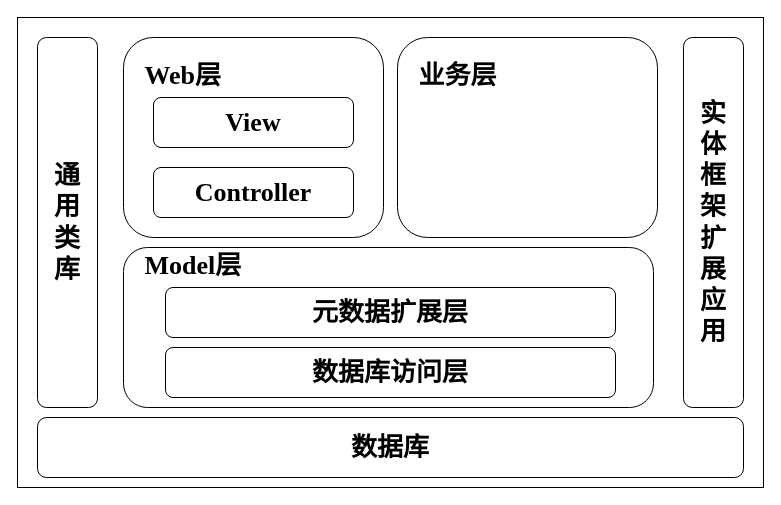
Above: 陶陶框架1.drawio in dongtianshuo/dongtianshuo1 (draw.io), before the change. Source tidied: cells renumbered, new cells numbered last; positions are measured from the earlier drawing's top-left corner, leaving out a move shared by most shapes. Both pictures are drawn from the tidied source at 100%, with x=0, y=0 at pixel (17, 17).
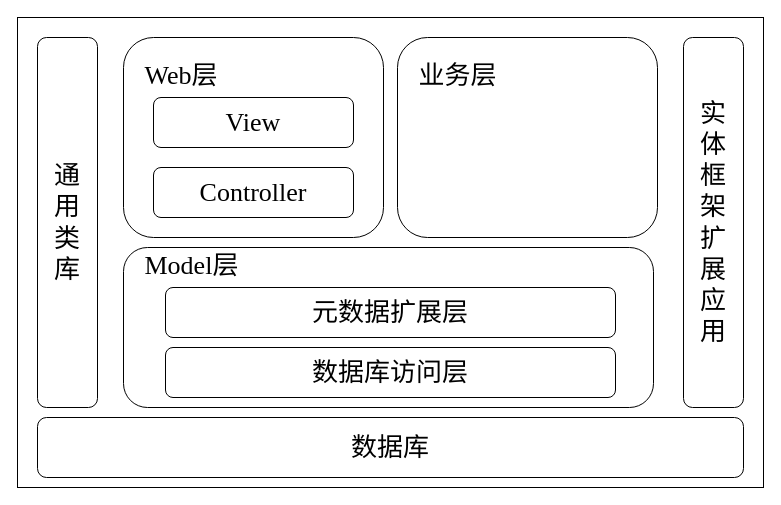
Above is the later version.

Commit message:
更新陶陶框架1.drawio

The edit, as a diff of the source:
```diff
@@
 <mxGraphModel>
   <root>
     <mxCell id="0" />
     <mxCell id="1" parent="0" />
     <mxCell id="2" style="rounded=0;whiteSpace=wrap;html=1;" parent="1" vertex="1">
       <mxGeometry width="746" height="470" as="geometry" />
     </mxCell>
-    <mxCell id="3" value="&lt;font style=&quot;font-size: 26px;&quot; face=&quot;Times New Roman&quot;&gt;&lt;b style=&quot;&quot;&gt;通&lt;/b&gt;&lt;/font&gt;&lt;div&gt;&lt;font style=&quot;font-size: 26px;&quot; face=&quot;Times New Roman&quot;&gt;&lt;b&gt;用&lt;/b&gt;&lt;/font&gt;&lt;/div&gt;&lt;div&gt;&lt;font style=&quot;font-size: 26px;&quot; face=&quot;Times New Roman&quot;&gt;&lt;b&gt;类&lt;/b&gt;&lt;/font&gt;&lt;/div&gt;&lt;div&gt;&lt;font style=&quot;font-size: 26px;&quot; face=&quot;Times New Roman&quot;&gt;&lt;b style=&quot;&quot;&gt;库&lt;/b&gt;&lt;/font&gt;&lt;/div&gt;" style="rounded=1;whiteSpace=wrap;html=1;align=center;" parent="1" vertex="1">
+    <mxCell id="3" value="&lt;font style=&quot;font-size: 26px;&quot; face=&quot;Times New Roman&quot;&gt;通&lt;/font&gt;&lt;div&gt;&lt;font style=&quot;font-size: 26px;&quot; face=&quot;Times New Roman&quot;&gt;用&lt;/font&gt;&lt;/div&gt;&lt;div&gt;&lt;font style=&quot;font-size: 26px;&quot; face=&quot;Times New Roman&quot;&gt;类&lt;/font&gt;&lt;/div&gt;&lt;div&gt;&lt;font style=&quot;font-size: 26px;&quot; face=&quot;Times New Roman&quot;&gt;库&lt;/font&gt;&lt;/div&gt;" style="rounded=1;whiteSpace=wrap;html=1;align=center;" parent="1" vertex="1">
       <mxGeometry x="20" y="20" width="60" height="370" as="geometry" />
     </mxCell>
-    <mxCell id="4" value="&lt;span style=&quot;background-color: transparent; color: light-dark(rgb(0, 0, 0), rgb(255, 255, 255)); font-family: &amp;quot;Times New Roman&amp;quot;; font-size: 26px;&quot;&gt;&lt;b&gt;&amp;nbsp; &amp;nbsp;Web层&lt;/b&gt;&lt;/span&gt;&lt;div&gt;&lt;div&gt;&lt;font style=&quot;font-size: 26px;&quot; face=&quot;Times New Roman&quot;&gt;&lt;b&gt;&lt;br&gt;&lt;/b&gt;&lt;/font&gt;&lt;/div&gt;&lt;div&gt;&lt;font style=&quot;font-size: 26px;&quot; face=&quot;Times New Roman&quot;&gt;&lt;b&gt;&lt;br&gt;&lt;/b&gt;&lt;/font&gt;&lt;/div&gt;&lt;div&gt;&lt;font style=&quot;font-size: 26px;&quot; face=&quot;Times New Roman&quot;&gt;&lt;b&gt;&lt;br&gt;&lt;/b&gt;&lt;/font&gt;&lt;/div&gt;&lt;div&gt;&lt;font style=&quot;font-size: 26px;&quot; face=&quot;Times New Roman&quot;&gt;&lt;br&gt;&lt;/font&gt;&lt;/div&gt;&lt;/div&gt;" style="rounded=1;whiteSpace=wrap;html=1;align=left;" parent="1" vertex="1">
+    <mxCell id="4" value="&lt;span style=&quot;background-color: transparent; color: light-dark(rgb(0, 0, 0), rgb(255, 255, 255)); font-family: &amp;quot;Times New Roman&amp;quot;; font-size: 26px;&quot;&gt;&amp;nbsp; &amp;nbsp;Web层&lt;/span&gt;&lt;div&gt;&lt;div&gt;&lt;font style=&quot;font-size: 26px;&quot; face=&quot;Times New Roman&quot;&gt;&lt;br&gt;&lt;/font&gt;&lt;/div&gt;&lt;div&gt;&lt;font style=&quot;font-size: 26px;&quot; face=&quot;Times New Roman&quot;&gt;&lt;br&gt;&lt;/font&gt;&lt;/div&gt;&lt;div&gt;&lt;font style=&quot;font-size: 26px;&quot; face=&quot;Times New Roman&quot;&gt;&lt;br&gt;&lt;/font&gt;&lt;/div&gt;&lt;div&gt;&lt;font style=&quot;font-size: 26px;&quot; face=&quot;Times New Roman&quot;&gt;&lt;br&gt;&lt;/font&gt;&lt;/div&gt;&lt;/div&gt;" style="rounded=1;whiteSpace=wrap;html=1;align=left;" parent="1" vertex="1">
       <mxGeometry x="106" y="20" width="260" height="200" as="geometry" />
     </mxCell>
-    <mxCell id="5" value="&lt;font style=&quot;font-size: 26px;&quot; face=&quot;Times New Roman&quot;&gt;&lt;b&gt;View&lt;/b&gt;&lt;/font&gt;" style="rounded=1;whiteSpace=wrap;html=1;" parent="1" vertex="1">
+    <mxCell id="5" value="&lt;font style=&quot;font-size: 26px;&quot; face=&quot;Times New Roman&quot;&gt;View&lt;/font&gt;" style="rounded=1;whiteSpace=wrap;html=1;" parent="1" vertex="1">
       <mxGeometry x="136" y="80" width="200" height="50" as="geometry" />
     </mxCell>
-    <mxCell id="6" value="&lt;font style=&quot;font-size: 26px;&quot; face=&quot;Times New Roman&quot;&gt;&lt;b&gt;Controller&lt;/b&gt;&lt;/font&gt;" style="rounded=1;whiteSpace=wrap;html=1;" parent="1" vertex="1">
+    <mxCell id="6" value="&lt;font style=&quot;font-size: 26px;&quot; face=&quot;Times New Roman&quot;&gt;Controller&lt;/font&gt;" style="rounded=1;whiteSpace=wrap;html=1;" parent="1" vertex="1">
       <mxGeometry x="136" y="150" width="200" height="50" as="geometry" />
     </mxCell>
-    <mxCell id="7" value="&lt;span style=&quot;background-color: transparent; color: light-dark(rgb(0, 0, 0), rgb(255, 255, 255)); font-family: &amp;quot;Times New Roman&amp;quot;; font-size: 26px;&quot;&gt;&lt;b&gt;&amp;nbsp; &amp;nbsp;业务层&lt;/b&gt;&lt;/span&gt;&lt;div&gt;&lt;div&gt;&lt;font style=&quot;font-size: 26px;&quot; face=&quot;Times New Roman&quot;&gt;&lt;b&gt;&lt;br&gt;&lt;/b&gt;&lt;/font&gt;&lt;/div&gt;&lt;div&gt;&lt;font style=&quot;font-size: 26px;&quot; face=&quot;Times New Roman&quot;&gt;&lt;b&gt;&lt;br&gt;&lt;/b&gt;&lt;/font&gt;&lt;/div&gt;&lt;div&gt;&lt;font style=&quot;font-size: 26px;&quot; face=&quot;Times New Roman&quot;&gt;&lt;b&gt;&lt;br&gt;&lt;/b&gt;&lt;/font&gt;&lt;/div&gt;&lt;div&gt;&lt;font style=&quot;font-size: 26px;&quot; face=&quot;Times New Roman&quot;&gt;&lt;br&gt;&lt;/font&gt;&lt;/div&gt;&lt;/div&gt;" style="rounded=1;whiteSpace=wrap;html=1;align=left;" parent="1" vertex="1">
+    <mxCell id="7" value="&lt;span style=&quot;background-color: transparent; color: light-dark(rgb(0, 0, 0), rgb(255, 255, 255)); font-family: &amp;quot;Times New Roman&amp;quot;; font-size: 26px;&quot;&gt;&amp;nbsp; &amp;nbsp;业务层&lt;/span&gt;&lt;div&gt;&lt;div&gt;&lt;font style=&quot;font-size: 26px;&quot; face=&quot;Times New Roman&quot;&gt;&lt;br&gt;&lt;/font&gt;&lt;/div&gt;&lt;div&gt;&lt;font style=&quot;font-size: 26px;&quot; face=&quot;Times New Roman&quot;&gt;&lt;br&gt;&lt;/font&gt;&lt;/div&gt;&lt;div&gt;&lt;font style=&quot;font-size: 26px;&quot; face=&quot;Times New Roman&quot;&gt;&lt;br&gt;&lt;/font&gt;&lt;/div&gt;&lt;div&gt;&lt;font style=&quot;font-size: 26px;&quot; face=&quot;Times New Roman&quot;&gt;&lt;br&gt;&lt;/font&gt;&lt;/div&gt;&lt;/div&gt;" style="rounded=1;whiteSpace=wrap;html=1;align=left;" parent="1" vertex="1">
       <mxGeometry x="380" y="20" width="260" height="200" as="geometry" />
     </mxCell>
-    <mxCell id="8" value="&lt;font face=&quot;Times New Roman&quot;&gt;&lt;span style=&quot;font-size: 26px;&quot;&gt;&lt;b&gt;实&lt;/b&gt;&lt;/span&gt;&lt;/font&gt;&lt;div&gt;&lt;font face=&quot;Times New Roman&quot;&gt;&lt;span style=&quot;font-size: 26px;&quot;&gt;&lt;b&gt;体&lt;/b&gt;&lt;/span&gt;&lt;/font&gt;&lt;/div&gt;&lt;div&gt;&lt;font face=&quot;Times New Roman&quot;&gt;&lt;span style=&quot;font-size: 26px;&quot;&gt;&lt;b&gt;框&lt;/b&gt;&lt;/span&gt;&lt;/font&gt;&lt;/div&gt;&lt;div&gt;&lt;font face=&quot;Times New Roman&quot;&gt;&lt;span style=&quot;font-size: 26px;&quot;&gt;&lt;b&gt;架&lt;/b&gt;&lt;/span&gt;&lt;/font&gt;&lt;/div&gt;&lt;div&gt;&lt;font face=&quot;Times New Roman&quot;&gt;&lt;span style=&quot;font-size: 26px;&quot;&gt;&lt;b&gt;扩&lt;/b&gt;&lt;/span&gt;&lt;/font&gt;&lt;/div&gt;&lt;div&gt;&lt;font face=&quot;Times New Roman&quot;&gt;&lt;span style=&quot;font-size: 26px;&quot;&gt;&lt;b&gt;展&lt;/b&gt;&lt;/span&gt;&lt;/font&gt;&lt;/div&gt;&lt;div&gt;&lt;font face=&quot;Times New Roman&quot;&gt;&lt;span style=&quot;font-size: 26px;&quot;&gt;&lt;b&gt;应&lt;/b&gt;&lt;/span&gt;&lt;/font&gt;&lt;/div&gt;&lt;div&gt;&lt;font face=&quot;Times New Roman&quot;&gt;&lt;span style=&quot;font-size: 26px;&quot;&gt;&lt;b&gt;用&lt;/b&gt;&lt;/span&gt;&lt;/font&gt;&lt;/div&gt;" style="rounded=1;whiteSpace=wrap;html=1;align=center;" parent="1" vertex="1">
+    <mxCell id="8" value="&lt;font face=&quot;Times New Roman&quot;&gt;&lt;span style=&quot;font-size: 26px;&quot;&gt;实&lt;/span&gt;&lt;/font&gt;&lt;div&gt;&lt;font face=&quot;Times New Roman&quot;&gt;&lt;span style=&quot;font-size: 26px;&quot;&gt;体&lt;/span&gt;&lt;/font&gt;&lt;/div&gt;&lt;div&gt;&lt;font face=&quot;Times New Roman&quot;&gt;&lt;span style=&quot;font-size: 26px;&quot;&gt;框&lt;/span&gt;&lt;/font&gt;&lt;/div&gt;&lt;div&gt;&lt;font face=&quot;Times New Roman&quot;&gt;&lt;span style=&quot;font-size: 26px;&quot;&gt;架&lt;/span&gt;&lt;/font&gt;&lt;/div&gt;&lt;div&gt;&lt;font face=&quot;Times New Roman&quot;&gt;&lt;span style=&quot;font-size: 26px;&quot;&gt;扩&lt;/span&gt;&lt;/font&gt;&lt;/div&gt;&lt;div&gt;&lt;font face=&quot;Times New Roman&quot;&gt;&lt;span style=&quot;font-size: 26px;&quot;&gt;展&lt;/span&gt;&lt;/font&gt;&lt;/div&gt;&lt;div&gt;&lt;font face=&quot;Times New Roman&quot;&gt;&lt;span style=&quot;font-size: 26px;&quot;&gt;应&lt;/span&gt;&lt;/font&gt;&lt;/div&gt;&lt;div&gt;&lt;font face=&quot;Times New Roman&quot;&gt;&lt;span style=&quot;font-size: 26px;&quot;&gt;用&lt;/span&gt;&lt;/font&gt;&lt;/div&gt;" style="rounded=1;whiteSpace=wrap;html=1;align=center;" parent="1" vertex="1">
       <mxGeometry x="666" y="20" width="60" height="370" as="geometry" />
     </mxCell>
-    <mxCell id="9" value="&lt;span style=&quot;background-color: transparent; color: light-dark(rgb(0, 0, 0), rgb(255, 255, 255)); font-family: &amp;quot;Times New Roman&amp;quot;; font-size: 26px;&quot;&gt;&lt;b&gt;&amp;nbsp; &amp;nbsp;Model层&lt;/b&gt;&lt;/span&gt;&lt;div&gt;&lt;div&gt;&lt;font style=&quot;font-size: 26px;&quot; face=&quot;Times New Roman&quot;&gt;&lt;b&gt;&lt;br&gt;&lt;/b&gt;&lt;/font&gt;&lt;/div&gt;&lt;div&gt;&lt;font style=&quot;font-size: 26px;&quot; face=&quot;Times New Roman&quot;&gt;&lt;b&gt;&lt;br&gt;&lt;/b&gt;&lt;/font&gt;&lt;/div&gt;&lt;div&gt;&lt;font style=&quot;font-size: 26px;&quot; face=&quot;Times New Roman&quot;&gt;&lt;b&gt;&lt;br&gt;&lt;/b&gt;&lt;/font&gt;&lt;/div&gt;&lt;div&gt;&lt;font style=&quot;font-size: 26px;&quot; face=&quot;Times New Roman&quot;&gt;&lt;br&gt;&lt;/font&gt;&lt;/div&gt;&lt;/div&gt;" style="rounded=1;whiteSpace=wrap;html=1;align=left;" parent="1" vertex="1">
+    <mxCell id="9" value="&lt;span style=&quot;background-color: transparent; color: light-dark(rgb(0, 0, 0), rgb(255, 255, 255)); font-family: &amp;quot;Times New Roman&amp;quot;; font-size: 26px;&quot;&gt;&amp;nbsp; &amp;nbsp;Model层&lt;/span&gt;&lt;div&gt;&lt;div&gt;&lt;font style=&quot;font-size: 26px;&quot; face=&quot;Times New Roman&quot;&gt;&lt;br&gt;&lt;/font&gt;&lt;/div&gt;&lt;div&gt;&lt;font style=&quot;font-size: 26px;&quot; face=&quot;Times New Roman&quot;&gt;&lt;br&gt;&lt;/font&gt;&lt;/div&gt;&lt;div&gt;&lt;font style=&quot;font-size: 26px;&quot; face=&quot;Times New Roman&quot;&gt;&lt;br&gt;&lt;/font&gt;&lt;/div&gt;&lt;div&gt;&lt;font style=&quot;font-size: 26px;&quot; face=&quot;Times New Roman&quot;&gt;&lt;br&gt;&lt;/font&gt;&lt;/div&gt;&lt;/div&gt;" style="rounded=1;whiteSpace=wrap;html=1;align=left;" parent="1" vertex="1">
       <mxGeometry x="106" y="230" width="530" height="160" as="geometry" />
     </mxCell>
-    <mxCell id="10" value="&lt;font style=&quot;font-size: 26px;&quot; face=&quot;Times New Roman&quot;&gt;&lt;b&gt;元数据扩展层&lt;/b&gt;&lt;/font&gt;" style="rounded=1;whiteSpace=wrap;html=1;" parent="1" vertex="1">
+    <mxCell id="10" value="&lt;font style=&quot;font-size: 26px;&quot; face=&quot;Times New Roman&quot;&gt;元数据扩展层&lt;/font&gt;" style="rounded=1;whiteSpace=wrap;html=1;" parent="1" vertex="1">
       <mxGeometry x="148" y="270" width="450" height="50" as="geometry" />
     </mxCell>
-    <mxCell id="11" value="&lt;font style=&quot;font-size: 26px;&quot; face=&quot;Times New Roman&quot;&gt;&lt;b&gt;数据库访问层&lt;/b&gt;&lt;/font&gt;" style="rounded=1;whiteSpace=wrap;html=1;" parent="1" vertex="1">
+    <mxCell id="11" value="&lt;font style=&quot;font-size: 26px;&quot; face=&quot;Times New Roman&quot;&gt;数据库访问层&lt;/font&gt;" style="rounded=1;whiteSpace=wrap;html=1;" parent="1" vertex="1">
       <mxGeometry x="148" y="330" width="450" height="50" as="geometry" />
     </mxCell>
-    <mxCell id="12" value="&lt;div&gt;&lt;div&gt;&lt;font style=&quot;font-size: 26px;&quot; face=&quot;Times New Roman&quot;&gt;&lt;b&gt;数据库&lt;/b&gt;&lt;/font&gt;&lt;/div&gt;&lt;/div&gt;" style="rounded=1;whiteSpace=wrap;html=1;align=center;" parent="1" vertex="1">
+    <mxCell id="12" value="&lt;div&gt;&lt;div&gt;&lt;font style=&quot;font-size: 26px;&quot; face=&quot;Times New Roman&quot;&gt;数据库&lt;/font&gt;&lt;/div&gt;&lt;/div&gt;" style="rounded=1;whiteSpace=wrap;html=1;align=center;" parent="1" vertex="1">
       <mxGeometry x="20" y="400" width="706" height="60" as="geometry" />
     </mxCell>
   </root>
 </mxGraphModel>
```
